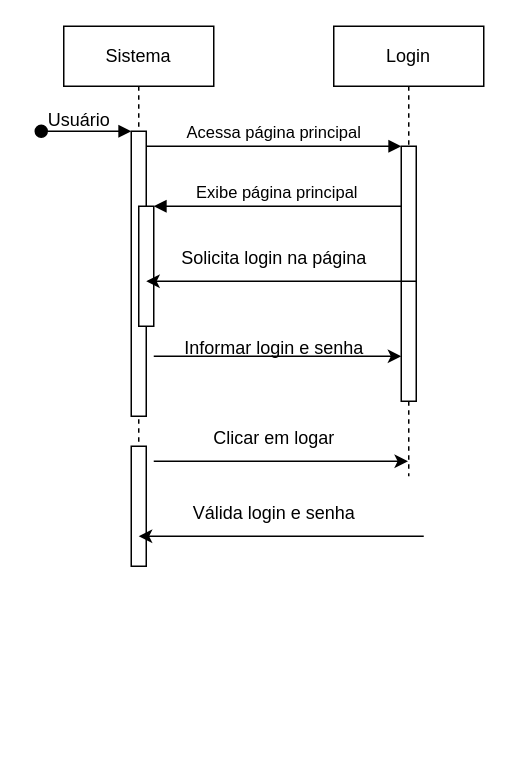
Earlier version of the draw.io diagram Diagrama sem nome.drawio (Claudinei-RDC/Ti). Source tidied: cells renumbered, new cells numbered last; positions are measured from the earlier drawing's top-left corner, leaving out a move shared by most shapes. Both pictures are drawn from the tidied source at 150%, with x=0, y=0 at pixel (33, 26).
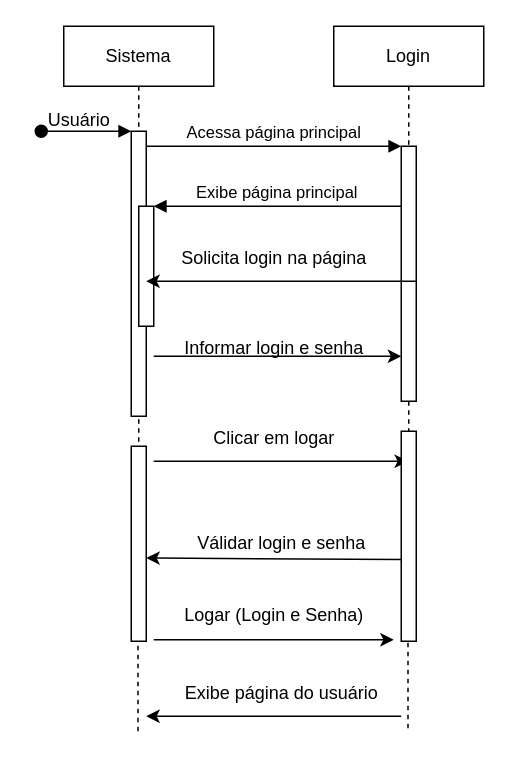
After the change.

Change to the diagram source:
```diff
@@
     <mxCell id="11" style="html=1;perimeter=orthogonalPerimeter;targetShapes=umlLifeline;newEdgeStyle={&quot;edgeStyle&quot;:&quot;elbowEdgeStyle&quot;,&quot;elbow&quot;:&quot;vertical&quot;,&quot;curved&quot;:0,&quot;rounded&quot;:0};" parent="1" vertex="1">
-      <mxGeometry x="65" y="280" width="10" height="80" as="geometry" />
+      <mxGeometry x="65" y="280" width="10" height="130" as="geometry" />
     </mxCell>
@@
     <mxCell id="18" style="endArrow=classic;html=1;rounded=0;" parent="1" edge="1">
       <mxGeometry relative="1" as="geometry">
-        <mxPoint x="260" y="340" as="sourcePoint" />
-        <mxPoint x="70" y="340" as="targetPoint" />
+        <mxPoint x="245" y="355.5" as="sourcePoint" />
+        <mxPoint x="75" y="354.5" as="targetPoint" />
       </mxGeometry>
     </mxCell>
-    <mxCell id="19" value="Válida login e senha" style="text;html=1;align=center;verticalAlign=middle;strokeColor=none;fillColor=none;" parent="1" vertex="1">
-      <mxGeometry x="95" y="310" width="130" height="30" as="geometry" />
+    <mxCell id="19" value="Válidar login e senha" style="text;html=1;align=center;verticalAlign=middle;strokeColor=none;fillColor=none;" parent="1" vertex="1">
+      <mxGeometry x="95" y="330" width="140" height="30" as="geometry" />
     </mxCell>
+    <mxCell id="20" style="html=1;perimeter=orthogonalPerimeter;targetShapes=umlLifeline;newEdgeStyle={&quot;edgeStyle&quot;:&quot;elbowEdgeStyle&quot;,&quot;elbow&quot;:&quot;vertical&quot;,&quot;curved&quot;:0,&quot;rounded&quot;:0};" parent="1" vertex="1">
+      <mxGeometry x="245" y="270" width="10" height="140" as="geometry" />
+    </mxCell>
+    <mxCell id="21" style="endArrow=classic;html=1;rounded=0;" parent="1" edge="1">
+      <mxGeometry relative="1" as="geometry">
+        <mxPoint x="80" y="409" as="sourcePoint" />
+        <mxPoint x="240" y="409" as="targetPoint" />
+      </mxGeometry>
+    </mxCell>
+    <mxCell id="22" value="Logar (Login e Senha)" style="text;html=1;align=center;verticalAlign=middle;strokeColor=none;fillColor=none;" parent="1" vertex="1">
+      <mxGeometry x="90" y="378" width="140" height="30" as="geometry" />
+    </mxCell>
+    <mxCell id="23" style="endArrow=none;dashed=1;html=1;rounded=0;" parent="1" edge="1">
+      <mxGeometry relative="1" as="geometry">
+        <mxPoint x="69.5" y="470" as="sourcePoint" />
+        <mxPoint x="69.5" y="410" as="targetPoint" />
+      </mxGeometry>
+    </mxCell>
+    <mxCell id="24" style="endArrow=none;dashed=1;html=1;rounded=0;" parent="1" edge="1">
+      <mxGeometry relative="1" as="geometry">
+        <mxPoint x="249.5" y="468" as="sourcePoint" />
+        <mxPoint x="249.5" y="408" as="targetPoint" />
+      </mxGeometry>
+    </mxCell>
+    <mxCell id="25" style="endArrow=classic;html=1;rounded=0;" parent="1" edge="1">
+      <mxGeometry relative="1" as="geometry">
+        <mxPoint x="245" y="460" as="sourcePoint" />
+        <mxPoint x="75" y="460" as="targetPoint" />
+      </mxGeometry>
+    </mxCell>
+    <mxCell id="26" value="Exibe página do usuário" style="text;html=1;align=center;verticalAlign=middle;strokeColor=none;fillColor=none;" parent="1" vertex="1">
+      <mxGeometry x="90" y="430" width="150" height="30" as="geometry" />
+    </mxCell>
```
